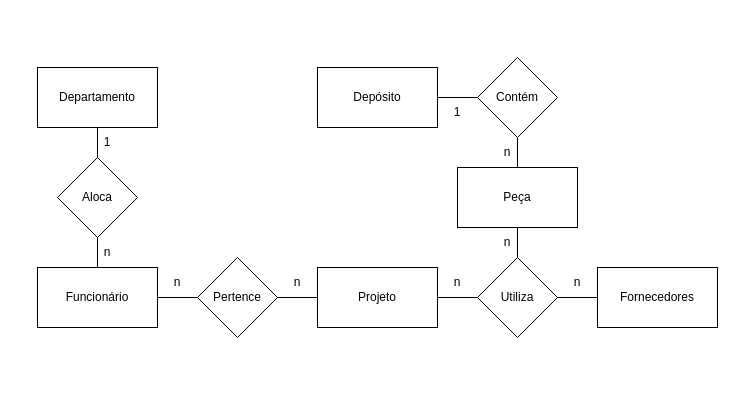
Before: page "Ex-2-ER" (3 of 5) of Lista6_16-05/Lista6.drawio in andreeeeeeeee/Engenharia_Software, a draw.io diagram. Source tidied: cells renumbered, new cells numbered last; positions are measured from the earlier drawing's top-left corner, leaving out a move shared by most shapes. Both pictures are drawn from the tidied source at 100%, with x=0, y=0 at pixel (37, 57).
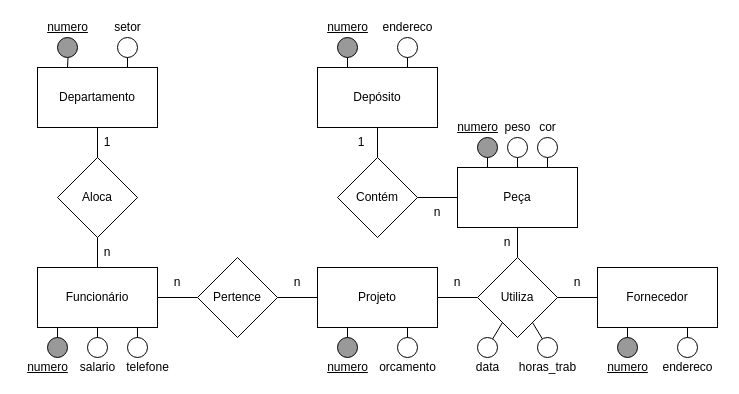
Above is the later version.

Unchanged cells that the change refers to:
```xml
<mxCell id="3" value="Funcionário" style="rounded=0;whiteSpace=wrap;html=1;" parent="1" vertex="1">
  <mxGeometry y="210" width="120" height="60" as="geometry" />
</mxCell>
<mxCell id="7" value="Projeto" style="rounded=0;whiteSpace=wrap;html=1;" parent="1" vertex="1">
  <mxGeometry x="280" y="210" width="120" height="60" as="geometry" />
</mxCell>
<mxCell id="10" value="Utiliza" style="rhombus;whiteSpace=wrap;html=1;" parent="1" vertex="1">
  <mxGeometry x="440" y="200" width="80" height="80" as="geometry" />
</mxCell>
<mxCell id="13" value="Peça" style="rounded=0;whiteSpace=wrap;html=1;" parent="1" vertex="1">
  <mxGeometry x="420" y="110" width="120" height="60" as="geometry" />
</mxCell>
<mxCell id="14" value="Depósito" style="rounded=0;whiteSpace=wrap;html=1;" parent="1" vertex="1">
  <mxGeometry x="280" y="10" width="120" height="60" as="geometry" />
</mxCell>
<mxCell id="20" value="Departamento" style="rounded=0;whiteSpace=wrap;html=1;" parent="1" vertex="1">
  <mxGeometry y="10" width="120" height="60" as="geometry" />
</mxCell>
```

What changed in the source:
```diff
@@
-    <mxCell id="11" value="Fornecedores" style="rounded=0;whiteSpace=wrap;html=1;" parent="1" vertex="1">
+    <mxCell id="11" value="Fornecedor" style="rounded=0;whiteSpace=wrap;html=1;" parent="1" vertex="1">
       <mxGeometry x="560" y="210" width="120" height="60" as="geometry" />
     </mxCell>
@@
     <mxCell id="16" value="Contém" style="rhombus;whiteSpace=wrap;html=1;" parent="1" vertex="1">
-      <mxGeometry x="440" width="80" height="80" as="geometry" />
+      <mxGeometry x="300" y="100" width="80" height="80" as="geometry" />
     </mxCell>
@@
     <mxCell id="28" value="n" style="text;html=1;strokeColor=none;fillColor=none;align=center;verticalAlign=middle;whiteSpace=wrap;rounded=0;" parent="1" vertex="1">
-      <mxGeometry x="440" y="80" width="60" height="30" as="geometry" />
+      <mxGeometry x="370" y="140" width="60" height="30" as="geometry" />
     </mxCell>
     <mxCell id="29" value="1" style="text;html=1;strokeColor=none;fillColor=none;align=center;verticalAlign=middle;whiteSpace=wrap;rounded=0;" parent="1" vertex="1">
-      <mxGeometry x="390" y="40" width="60" height="30" as="geometry" />
+      <mxGeometry x="294" y="70" width="60" height="30" as="geometry" />
     </mxCell>
+    <mxCell id="30" style="ellipse;whiteSpace=wrap;html=1;fillColor=#999999;" parent="1" vertex="1">
+      <mxGeometry x="10" y="280" width="20" height="20" as="geometry" />
+    </mxCell>
+    <mxCell id="31" style="ellipse;whiteSpace=wrap;html=1;" parent="1" vertex="1">
+      <mxGeometry x="90" y="280" width="20" height="20" as="geometry" />
+    </mxCell>
+    <mxCell id="32" style="endArrow=none;html=1;rounded=0;entryX=0.833;entryY=1;entryDx=0;entryDy=0;entryPerimeter=0;" parent="1" edge="1" source="31" target="3">
+      <mxGeometry relative="1" as="geometry" />
+    </mxCell>
+    <mxCell id="33" style="endArrow=none;html=1;rounded=0;exitX=0.167;exitY=1;exitDx=0;exitDy=0;exitPerimeter=0;" parent="1" edge="1" source="3" target="30">
+      <mxGeometry relative="1" as="geometry" />
+    </mxCell>
+    <mxCell id="34" style="ellipse;whiteSpace=wrap;html=1;" parent="1" vertex="1">
+      <mxGeometry x="50" y="280" width="20" height="20" as="geometry" />
+    </mxCell>
+    <mxCell id="35" style="endArrow=none;html=1;rounded=0;" parent="1" edge="1" source="34" target="3">
+      <mxGeometry relative="1" as="geometry" />
+    </mxCell>
+    <mxCell id="36" style="ellipse;whiteSpace=wrap;html=1;" parent="1" vertex="1">
+      <mxGeometry x="80" y="-20" width="20" height="20" as="geometry" />
+    </mxCell>
+    <mxCell id="37" style="endArrow=none;html=1;rounded=0;entryX=0.75;entryY=0;entryDx=0;entryDy=0;" parent="1" edge="1" source="36" target="20">
+      <mxGeometry relative="1" as="geometry" />
+    </mxCell>
+    <mxCell id="38" style="ellipse;whiteSpace=wrap;html=1;fillColor=#999999;" parent="1" vertex="1">
+      <mxGeometry x="20" y="-20" width="20" height="20" as="geometry" />
+    </mxCell>
+    <mxCell id="39" style="endArrow=none;html=1;rounded=0;entryX=0.25;entryY=0;entryDx=0;entryDy=0;" parent="1" edge="1" source="38" target="20">
+      <mxGeometry relative="1" as="geometry" />
+    </mxCell>
+    <mxCell id="40" style="ellipse;whiteSpace=wrap;html=1;fillColor=#999999;" parent="1" vertex="1">
+      <mxGeometry x="440" y="80" width="20" height="20" as="geometry" />
+    </mxCell>
+    <mxCell id="41" style="ellipse;whiteSpace=wrap;html=1;" parent="1" vertex="1">
+      <mxGeometry x="500" y="80" width="20" height="20" as="geometry" />
+    </mxCell>
+    <mxCell id="42" style="endArrow=none;html=1;rounded=0;entryX=0.75;entryY=0;entryDx=0;entryDy=0;" parent="1" edge="1" source="41" target="13">
+      <mxGeometry relative="1" as="geometry" />
+    </mxCell>
+    <mxCell id="43" style="endArrow=none;html=1;rounded=0;exitX=0.25;exitY=0;exitDx=0;exitDy=0;" parent="1" edge="1" source="13" target="40">
+      <mxGeometry relative="1" as="geometry" />
+    </mxCell>
+    <mxCell id="44" style="ellipse;whiteSpace=wrap;html=1;" parent="1" vertex="1">
+      <mxGeometry x="470" y="80" width="20" height="20" as="geometry" />
+    </mxCell>
+    <mxCell id="45" style="endArrow=none;html=1;rounded=0;" parent="1" edge="1" source="44" target="13">
+      <mxGeometry relative="1" as="geometry" />
+    </mxCell>
+    <mxCell id="46" style="ellipse;whiteSpace=wrap;html=1;" parent="1" vertex="1">
+      <mxGeometry x="360" y="-20" width="20" height="20" as="geometry" />
+    </mxCell>
+    <mxCell id="47" style="endArrow=none;html=1;rounded=0;entryX=0.75;entryY=0;entryDx=0;entryDy=0;" parent="1" edge="1" source="46" target="14">
+      <mxGeometry relative="1" as="geometry" />
+    </mxCell>
+    <mxCell id="48" style="ellipse;whiteSpace=wrap;html=1;fillColor=#999999;" parent="1" vertex="1">
+      <mxGeometry x="300" y="-20" width="20" height="20" as="geometry" />
+    </mxCell>
+    <mxCell id="49" style="endArrow=none;html=1;rounded=0;entryX=0.25;entryY=0;entryDx=0;entryDy=0;" parent="1" edge="1" source="48" target="14">
+      <mxGeometry relative="1" as="geometry" />
+    </mxCell>
+    <mxCell id="50" style="ellipse;whiteSpace=wrap;html=1;" parent="1" vertex="1">
+      <mxGeometry x="640" y="280" width="20" height="20" as="geometry" />
+    </mxCell>
+    <mxCell id="51" style="endArrow=none;html=1;rounded=0;entryX=0.75;entryY=1;entryDx=0;entryDy=0;" parent="1" edge="1" source="50" target="11">
+      <mxGeometry relative="1" as="geometry" />
+    </mxCell>
+    <mxCell id="52" style="ellipse;whiteSpace=wrap;html=1;fillColor=#999999;" parent="1" vertex="1">
+      <mxGeometry x="580" y="280" width="20" height="20" as="geometry" />
+    </mxCell>
+    <mxCell id="53" style="endArrow=none;html=1;rounded=0;entryX=0.25;entryY=1;entryDx=0;entryDy=0;" parent="1" edge="1" source="52" target="11">
+      <mxGeometry relative="1" as="geometry" />
+    </mxCell>
+    <mxCell id="54" style="ellipse;whiteSpace=wrap;html=1;" parent="1" vertex="1">
+      <mxGeometry x="360" y="280" width="20" height="20" as="geometry" />
+    </mxCell>
+    <mxCell id="55" style="endArrow=none;html=1;rounded=0;entryX=0.75;entryY=1;entryDx=0;entryDy=0;" parent="1" edge="1" source="54" target="7">
+      <mxGeometry relative="1" as="geometry" />
+    </mxCell>
+    <mxCell id="56" style="ellipse;whiteSpace=wrap;html=1;fillColor=#999999;" parent="1" vertex="1">
+      <mxGeometry x="300" y="280" width="20" height="20" as="geometry" />
+    </mxCell>
+    <mxCell id="57" style="endArrow=none;html=1;rounded=0;entryX=0.25;entryY=1;entryDx=0;entryDy=0;" parent="1" edge="1" source="56" target="7">
+      <mxGeometry relative="1" as="geometry" />
+    </mxCell>
+    <mxCell id="58" style="ellipse;whiteSpace=wrap;html=1;" parent="1" vertex="1">
+      <mxGeometry x="500" y="280" width="20" height="20" as="geometry" />
+    </mxCell>
+    <mxCell id="59" style="endArrow=none;html=1;rounded=0;" parent="1" edge="1" source="58" target="10">
+      <mxGeometry relative="1" as="geometry" />
+    </mxCell>
+    <mxCell id="60" style="ellipse;whiteSpace=wrap;html=1;" parent="1" vertex="1">
+      <mxGeometry x="440" y="280" width="20" height="20" as="geometry" />
+    </mxCell>
+    <mxCell id="61" style="endArrow=none;html=1;rounded=0;" parent="1" edge="1" source="60" target="10">
+      <mxGeometry relative="1" as="geometry" />
+    </mxCell>
+    <mxCell id="62" value="&lt;u&gt;numero&lt;/u&gt;" style="text;html=1;align=center;verticalAlign=middle;strokeColor=none;fillColor=none;" parent="1" vertex="1">
+      <mxGeometry x="410" y="60" width="60" height="20" as="geometry" />
+    </mxCell>
+    <mxCell id="63" value="peso" style="text;html=1;align=center;verticalAlign=middle;strokeColor=none;fillColor=none;" parent="1" vertex="1">
+      <mxGeometry x="460" y="60" width="40" height="20" as="geometry" />
+    </mxCell>
+    <mxCell id="64" value="cor" style="text;html=1;align=center;verticalAlign=middle;strokeColor=none;fillColor=none;" parent="1" vertex="1">
+      <mxGeometry x="495" y="60" width="30" height="20" as="geometry" />
+    </mxCell>
+    <mxCell id="65" value="&lt;u&gt;numero&lt;/u&gt;" style="text;html=1;align=center;verticalAlign=middle;strokeColor=none;fillColor=none;" parent="1" vertex="1">
+      <mxGeometry x="280" y="-40" width="60" height="20" as="geometry" />
+    </mxCell>
+    <mxCell id="66" value="endereco" style="text;html=1;align=center;verticalAlign=middle;strokeColor=none;fillColor=none;" parent="1" vertex="1">
+      <mxGeometry x="335" y="-40" width="70" height="20" as="geometry" />
+    </mxCell>
+    <mxCell id="67" value="&lt;u&gt;numero&lt;/u&gt;" style="text;html=1;align=center;verticalAlign=middle;strokeColor=none;fillColor=none;" parent="1" vertex="1">
+      <mxGeometry x="560" y="300" width="60" height="20" as="geometry" />
+    </mxCell>
+    <mxCell id="68" value="endereco" style="text;html=1;align=center;verticalAlign=middle;strokeColor=none;fillColor=none;" parent="1" vertex="1">
+      <mxGeometry x="615" y="300" width="70" height="20" as="geometry" />
+    </mxCell>
+    <mxCell id="69" value="&lt;u&gt;numero&lt;/u&gt;" style="text;html=1;align=center;verticalAlign=middle;strokeColor=none;fillColor=none;" parent="1" vertex="1">
+      <mxGeometry x="280" y="300" width="60" height="20" as="geometry" />
+    </mxCell>
+    <mxCell id="70" value="orcamento" style="text;html=1;align=center;verticalAlign=middle;strokeColor=none;fillColor=none;" parent="1" vertex="1">
+      <mxGeometry x="335" y="300" width="70" height="20" as="geometry" />
+    </mxCell>
+    <mxCell id="71" value="&lt;u&gt;numero&lt;/u&gt;" style="text;html=1;align=center;verticalAlign=middle;strokeColor=none;fillColor=none;" parent="1" vertex="1">
+      <mxGeometry x="-20" y="300" width="60" height="20" as="geometry" />
+    </mxCell>
+    <mxCell id="72" value="salario" style="text;html=1;align=center;verticalAlign=middle;strokeColor=none;fillColor=none;" parent="1" vertex="1">
+      <mxGeometry x="35" y="300" width="50" height="20" as="geometry" />
+    </mxCell>
+    <mxCell id="73" value="telefone" style="text;html=1;align=center;verticalAlign=middle;strokeColor=none;fillColor=none;" parent="1" vertex="1">
+      <mxGeometry x="80" y="300" width="60" height="20" as="geometry" />
+    </mxCell>
+    <mxCell id="74" value="&lt;u&gt;numero&lt;/u&gt;" style="text;html=1;align=center;verticalAlign=middle;strokeColor=none;fillColor=none;" parent="1" vertex="1">
+      <mxGeometry y="-40" width="60" height="20" as="geometry" />
+    </mxCell>
+    <mxCell id="75" value="setor" style="text;html=1;align=center;verticalAlign=middle;strokeColor=none;fillColor=none;" parent="1" vertex="1">
+      <mxGeometry x="70" y="-40" width="40" height="20" as="geometry" />
+    </mxCell>
+    <mxCell id="76" value="data" style="text;html=1;align=center;verticalAlign=middle;strokeColor=none;fillColor=none;" parent="1" vertex="1">
+      <mxGeometry x="430" y="300" width="40" height="20" as="geometry" />
+    </mxCell>
+    <mxCell id="77" value="horas_trab" style="text;html=1;align=center;verticalAlign=middle;strokeColor=none;fillColor=none;" parent="1" vertex="1">
+      <mxGeometry x="475" y="300" width="70" height="20" as="geometry" />
+    </mxCell>
```
